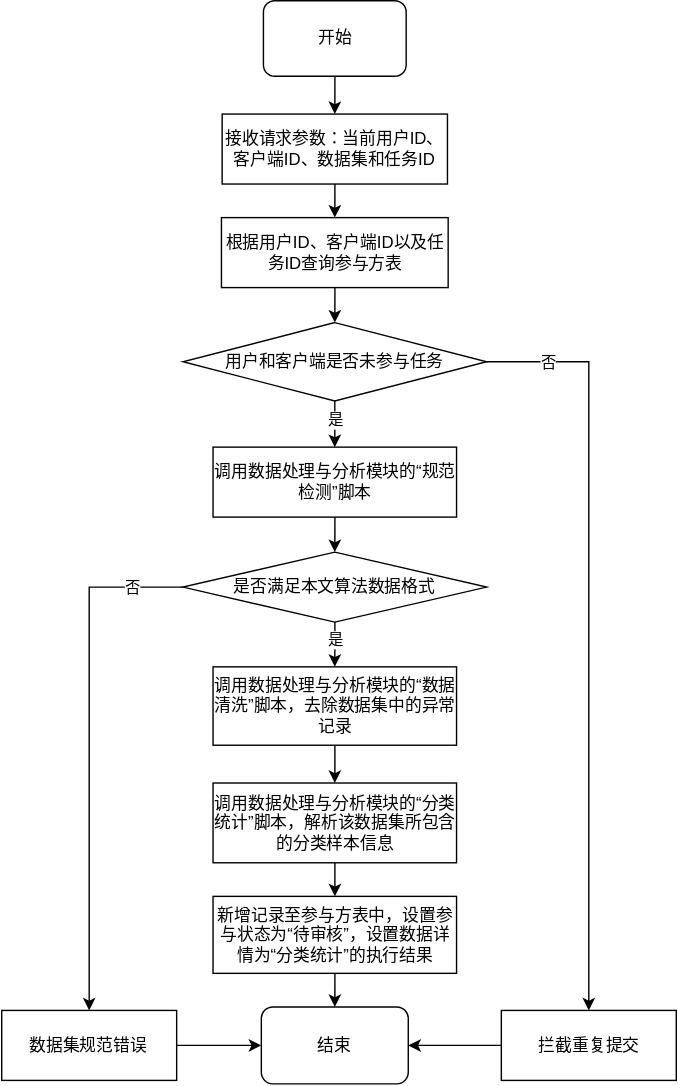
The draw.io diagram 任务参与申请流程图.svg in hiro942/drawio, before a commit. Source tidied: cells renumbered, new cells last; positions are measured from the earlier drawing's top-left corner, leaving out a move shared by most shapes.
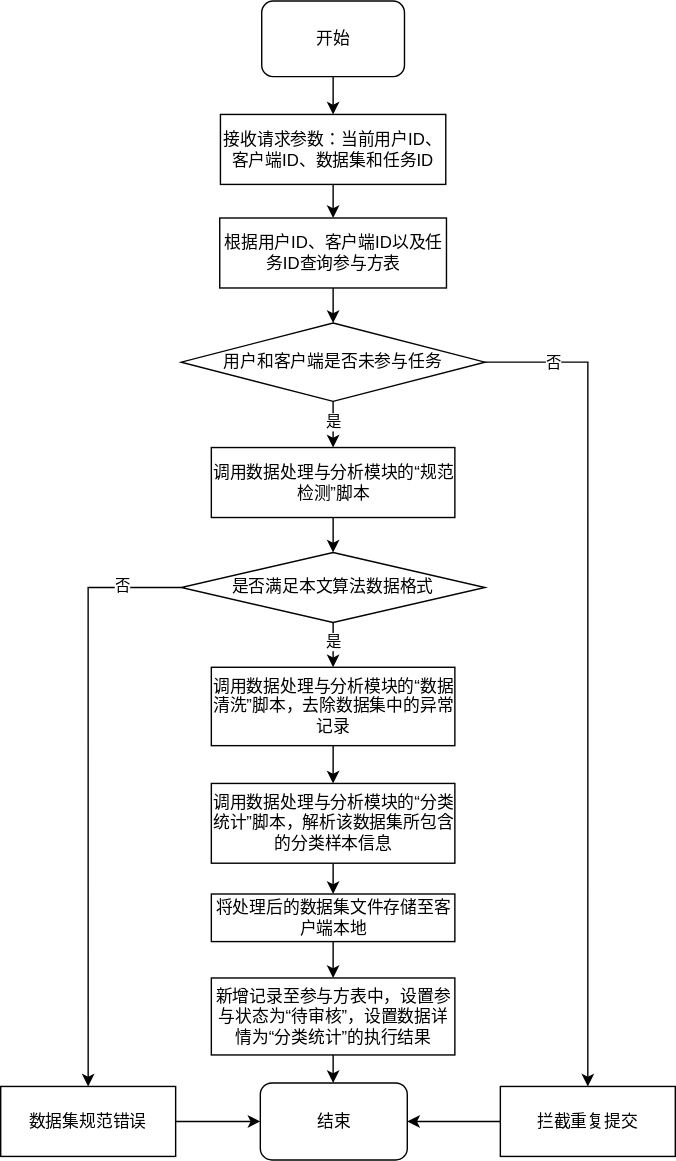
After the commit.

Commit message:
更新任务参与申请流程图.svg

Change to the diagram source:
```diff
@@ -6,7 +6,7 @@
       <mxGeometry x="186.5" width="102" height="54" as="geometry" />
     </mxCell>
     <mxCell id="3" value="结束" style="rounded=1;whiteSpace=wrap;html=1;" parent="1" vertex="1">
-      <mxGeometry x="185" y="719" width="105" height="55" as="geometry" />
+      <mxGeometry x="185.5" y="773" width="105" height="55" as="geometry" />
     </mxCell>
     <mxCell id="4" style="edgeStyle=orthogonalEdgeStyle;rounded=0;jettySize=auto;html=1;entryX=0.5;entryY=0;entryDx=0;entryDy=0;" parent="1" edge="1" source="5" target="7">
       <mxGeometry relative="1" as="geometry" />
@@ -35,7 +35,7 @@
       <mxGeometry relative="1" as="geometry" />
     </mxCell>
     <mxCell id="12" value="拦截重复提交" style="rounded=0;whiteSpace=wrap;html=1;" parent="1" vertex="1">
-      <mxGeometry x="356.5" y="721.5" width="125" height="50" as="geometry" />
+      <mxGeometry x="357" y="775.5" width="125" height="50" as="geometry" />
     </mxCell>
     <mxCell id="13" style="edgeStyle=orthogonalEdgeStyle;rounded=0;jettySize=auto;html=1;entryX=0.5;entryY=0;entryDx=0;entryDy=0;exitX=0.5;exitY=1;exitDx=0;exitDy=0;" parent="1" edge="1" source="10" target="16">
       <mxGeometry relative="1" as="geometry" />
@@ -83,9 +83,9 @@
       <mxGeometry relative="1" as="geometry" />
     </mxCell>
     <mxCell id="26" value="数据集规范错误" style="rounded=0;whiteSpace=wrap;html=1;" parent="1" vertex="1">
-      <mxGeometry x="-0.5" y="721.5" width="125" height="50" as="geometry" />
+      <mxGeometry y="775.5" width="125" height="50" as="geometry" />
     </mxCell>
-    <mxCell id="27" style="edgeStyle=orthogonalEdgeStyle;rounded=0;jettySize=auto;html=1;" parent="1" edge="1" source="28" target="30">
+    <mxCell id="27" style="edgeStyle=orthogonalEdgeStyle;rounded=0;jettySize=auto;html=1;entryX=0.5;entryY=0;entryDx=0;entryDy=0;" parent="1" edge="1" source="28" target="32">
       <mxGeometry relative="1" as="geometry" />
     </mxCell>
     <mxCell id="28" value="&lt;div&gt;&lt;div class=&quot;old-record-id-LYtkdE1FtoSKePxL3vwcexsDnGe&quot;&gt;调用数据处理与分析模块的“分类统计”脚本，解析该数据集所包含的分类样本信息&lt;/div&gt;&lt;/div&gt;&lt;span class=&quot;lark-record-clipboard&quot; data-lark-record-data=&quot;{&amp;quot;rootId&amp;quot;:&amp;quot;FCLBd7RBto6u3Fx47O4cMPaInDf&amp;quot;,&amp;quot;text&amp;quot;:{&amp;quot;initialAttributedTexts&amp;quot;:{&amp;quot;text&amp;quot;:{&amp;quot;0&amp;quot;:&amp;quot;数据处理与分析模块的“分类统计”脚本，解析出该数据集所包含的分类样本信息，并将分类统计的结果更新至该参与方表记录中。&amp;quot;},&amp;quot;attribs&amp;quot;:{&amp;quot;0&amp;quot;:&amp;quot;*0+1m&amp;quot;}},&amp;quot;apool&amp;quot;:{&amp;quot;numToAttrib&amp;quot;:{&amp;quot;0&amp;quot;:[&amp;quot;author&amp;quot;,&amp;quot;7052668583788167170&amp;quot;]},&amp;quot;nextNum&amp;quot;:1}},&amp;quot;type&amp;quot;:&amp;quot;text&amp;quot;,&amp;quot;referenceRecordMap&amp;quot;:{},&amp;quot;extra&amp;quot;:{&amp;quot;mention_page_title&amp;quot;:{},&amp;quot;external_mention_url&amp;quot;:{}},&amp;quot;isKeepQuoteContainer&amp;quot;:false,&amp;quot;isFromCode&amp;quot;:false,&amp;quot;selection&amp;quot;:[{&amp;quot;id&amp;quot;:656,&amp;quot;type&amp;quot;:&amp;quot;text&amp;quot;,&amp;quot;selection&amp;quot;:{&amp;quot;start&amp;quot;:2,&amp;quot;end&amp;quot;:60},&amp;quot;recordId&amp;quot;:&amp;quot;LYtkdE1FtoSKePxL3vwcexsDnGe&amp;quot;}],&amp;quot;payloadMap&amp;quot;:{},&amp;quot;isCut&amp;quot;:false}&quot;&gt;&lt;/span&gt;" style="rounded=0;whiteSpace=wrap;html=1;" parent="1" vertex="1">
@@ -95,7 +95,13 @@
       <mxGeometry relative="1" as="geometry" />
     </mxCell>
     <mxCell id="30" value="&lt;div&gt;&lt;div class=&quot;old-record-id-LYtkdE1FtoSKePxL3vwcexsDnGe&quot;&gt;新增记录至参与方表中，设置参与状态为“待审核”，设置数据详情为“分类统计”的执行结果&lt;/div&gt;&lt;/div&gt;&lt;span class=&quot;lark-record-clipboard&quot; data-lark-record-data=&quot;{&amp;quot;rootId&amp;quot;:&amp;quot;FCLBd7RBto6u3Fx47O4cMPaInDf&amp;quot;,&amp;quot;text&amp;quot;:{&amp;quot;initialAttributedTexts&amp;quot;:{&amp;quot;text&amp;quot;:{&amp;quot;0&amp;quot;:&amp;quot;数据处理与分析模块的“分类统计”脚本，解析出该数据集所包含的分类样本信息，并将分类统计的结果更新至该参与方表记录中。&amp;quot;},&amp;quot;attribs&amp;quot;:{&amp;quot;0&amp;quot;:&amp;quot;*0+1m&amp;quot;}},&amp;quot;apool&amp;quot;:{&amp;quot;numToAttrib&amp;quot;:{&amp;quot;0&amp;quot;:[&amp;quot;author&amp;quot;,&amp;quot;7052668583788167170&amp;quot;]},&amp;quot;nextNum&amp;quot;:1}},&amp;quot;type&amp;quot;:&amp;quot;text&amp;quot;,&amp;quot;referenceRecordMap&amp;quot;:{},&amp;quot;extra&amp;quot;:{&amp;quot;mention_page_title&amp;quot;:{},&amp;quot;external_mention_url&amp;quot;:{}},&amp;quot;isKeepQuoteContainer&amp;quot;:false,&amp;quot;isFromCode&amp;quot;:false,&amp;quot;selection&amp;quot;:[{&amp;quot;id&amp;quot;:656,&amp;quot;type&amp;quot;:&amp;quot;text&amp;quot;,&amp;quot;selection&amp;quot;:{&amp;quot;start&amp;quot;:2,&amp;quot;end&amp;quot;:60},&amp;quot;recordId&amp;quot;:&amp;quot;LYtkdE1FtoSKePxL3vwcexsDnGe&amp;quot;}],&amp;quot;payloadMap&amp;quot;:{},&amp;quot;isCut&amp;quot;:false}&quot;&gt;&lt;/span&gt;" style="rounded=0;whiteSpace=wrap;html=1;" parent="1" vertex="1">
-      <mxGeometry x="150.5" y="640" width="174" height="55" as="geometry" />
+      <mxGeometry x="150.5" y="698" width="174" height="55" as="geometry" />
     </mxCell>
+    <mxCell id="31" style="edgeStyle=orthogonalEdgeStyle;rounded=0;jettySize=auto;html=1;entryX=0.5;entryY=0;entryDx=0;entryDy=0;" parent="1" edge="1" source="32" target="30">
+      <mxGeometry relative="1" as="geometry" />
+    </mxCell>
+    <mxCell id="32" value="&lt;div&gt;&lt;div class=&quot;old-record-id-LYtkdE1FtoSKePxL3vwcexsDnGe&quot;&gt;将处理后的数据集文件存储至客户端本地&lt;/div&gt;&lt;/div&gt;&lt;span class=&quot;lark-record-clipboard&quot; data-lark-record-data=&quot;{&amp;quot;rootId&amp;quot;:&amp;quot;FCLBd7RBto6u3Fx47O4cMPaInDf&amp;quot;,&amp;quot;text&amp;quot;:{&amp;quot;initialAttributedTexts&amp;quot;:{&amp;quot;text&amp;quot;:{&amp;quot;0&amp;quot;:&amp;quot;数据处理与分析模块的“分类统计”脚本，解析出该数据集所包含的分类样本信息，并将分类统计的结果更新至该参与方表记录中。&amp;quot;},&amp;quot;attribs&amp;quot;:{&amp;quot;0&amp;quot;:&amp;quot;*0+1m&amp;quot;}},&amp;quot;apool&amp;quot;:{&amp;quot;numToAttrib&amp;quot;:{&amp;quot;0&amp;quot;:[&amp;quot;author&amp;quot;,&amp;quot;7052668583788167170&amp;quot;]},&amp;quot;nextNum&amp;quot;:1}},&amp;quot;type&amp;quot;:&amp;quot;text&amp;quot;,&amp;quot;referenceRecordMap&amp;quot;:{},&amp;quot;extra&amp;quot;:{&amp;quot;mention_page_title&amp;quot;:{},&amp;quot;external_mention_url&amp;quot;:{}},&amp;quot;isKeepQuoteContainer&amp;quot;:false,&amp;quot;isFromCode&amp;quot;:false,&amp;quot;selection&amp;quot;:[{&amp;quot;id&amp;quot;:656,&amp;quot;type&amp;quot;:&amp;quot;text&amp;quot;,&amp;quot;selection&amp;quot;:{&amp;quot;start&amp;quot;:2,&amp;quot;end&amp;quot;:60},&amp;quot;recordId&amp;quot;:&amp;quot;LYtkdE1FtoSKePxL3vwcexsDnGe&amp;quot;}],&amp;quot;payloadMap&amp;quot;:{},&amp;quot;isCut&amp;quot;:false}&quot;&gt;&lt;/span&gt;" style="rounded=0;whiteSpace=wrap;html=1;" parent="1" vertex="1">
+      <mxGeometry x="150.5" y="638" width="174" height="34" as="geometry" />
+    </mxCell>
   </root>
 </mxGraphModel>
```
